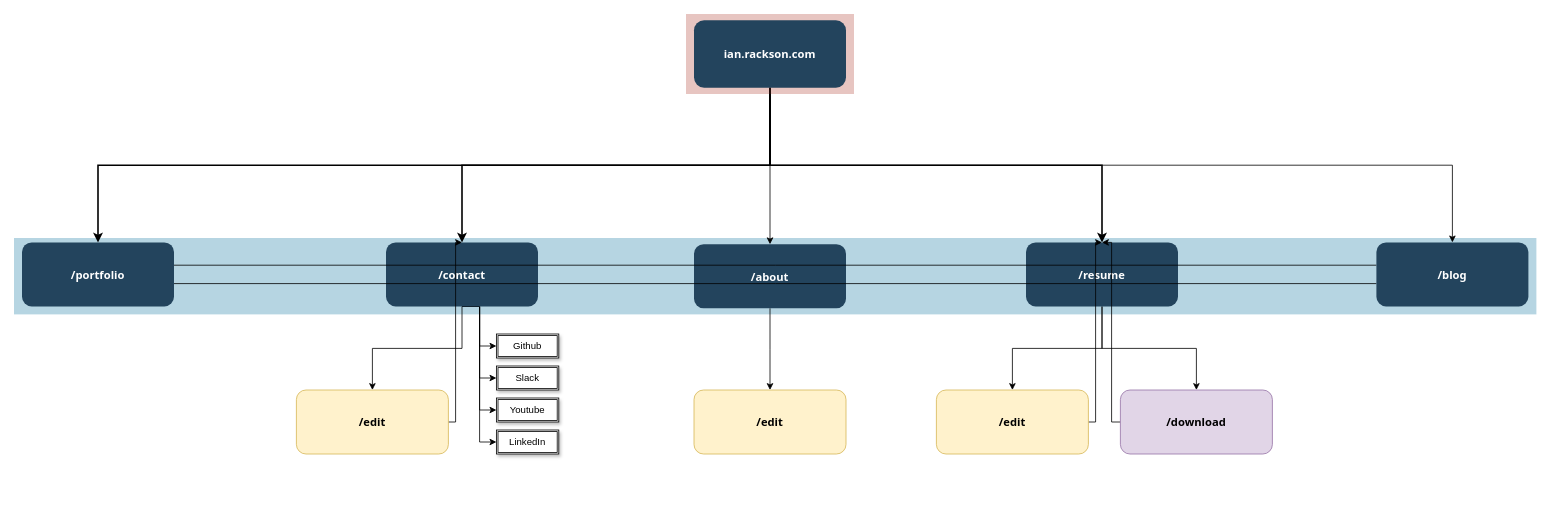
Before: agile/Sitemap-v1.drawio in irackson/PersonalBackend, a draw.io diagram. Source tidied: cells renumbered, new cells numbered last; positions are measured from the earlier drawing's top-left corner, leaving out a move shared by most shapes. Both pictures are drawn from the tidied source at 80%, with x=0, y=0 at pixel (14, 14).
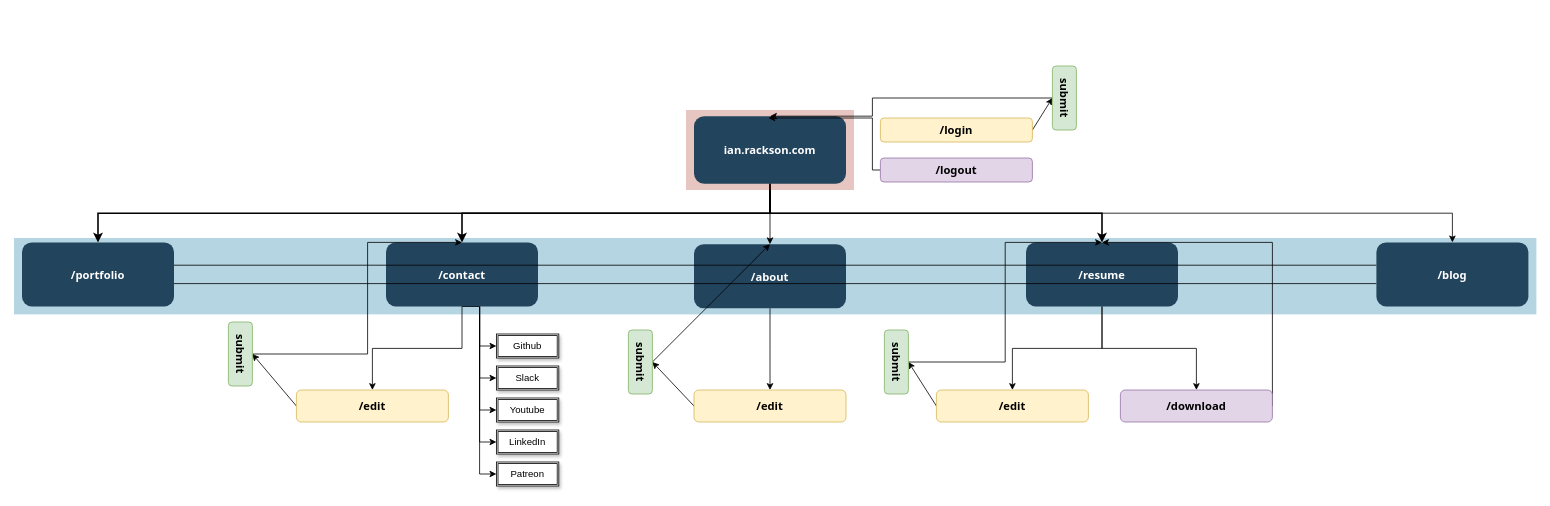
The same page after the edit.

Unchanged cells that the change refers to:
```xml
<mxCell id="6" value="/resume" style="rounded=1;fillColor=#23445D;gradientColor=none;strokeColor=none;fontColor=#FFFFFF;fontStyle=1;fontFamily=Tahoma;fontSize=14;" parent="1" vertex="1">
  <mxGeometry x="1265" y="285.5" width="190" height="80" as="geometry" />
</mxCell>
<mxCell id="9" value="/about" style="rounded=1;fillColor=#23445D;gradientColor=none;strokeColor=none;fontColor=#FFFFFF;fontStyle=1;fontFamily=Tahoma;fontSize=14;" parent="1" vertex="1">
  <mxGeometry x="850" y="287.8" width="190" height="80" as="geometry" />
</mxCell>
<mxCell id="15" value="/contact" style="rounded=1;fillColor=#23445D;gradientColor=none;strokeColor=none;fontColor=#FFFFFF;fontStyle=1;fontFamily=Tahoma;fontSize=14;" parent="1" vertex="1">
  <mxGeometry x="465" y="285.5" width="190" height="80" as="geometry" />
</mxCell>
<mxCell id="23" value="ian.rackson.com" style="rounded=1;fillColor=#23445D;gradientColor=none;strokeColor=none;fontColor=#FFFFFF;fontStyle=1;fontFamily=Tahoma;fontSize=14;" parent="21" vertex="1">
  <mxGeometry x="10" y="7.7" width="190" height="84.5" as="geometry" />
</mxCell>
```

What changed in the source:
```diff
@@
+    <mxCell id="37" style="edgeStyle=elbowEdgeStyle;rounded=0;jettySize=auto;html=1;exitX=0.5;exitY=1;exitDx=0;exitDy=0;entryX=0;entryY=0.5;entryDx=0;entryDy=0;" parent="1" edge="1" source="15" target="43">
+      <mxGeometry relative="1" as="geometry" />
+    </mxCell>
@@
     <mxCell id="21" style="group;" parent="1" vertex="1">
-      <mxGeometry x="840" width="210" height="100" as="geometry" />
+      <mxGeometry x="840" y="120" width="210" height="100" as="geometry" />
     </mxCell>
@@
-    <mxCell id="24" style="edgeStyle=elbowEdgeStyle;rounded=0;jettySize=auto;elbow=vertical;html=1;exitX=0.5;exitY=1;exitDx=0;exitDy=0;" parent="1" edge="1" source="23" target="9">
-      <mxGeometry relative="1" as="geometry" />
-    </mxCell>
-    <mxCell id="25" style="edgeStyle=elbowEdgeStyle;rounded=0;jettySize=auto;html=1;entryX=0.5;entryY=0;entryDx=0;entryDy=0;" parent="1" edge="1" source="26" target="6">
-      <mxGeometry relative="1" as="geometry" />
-    </mxCell>
+    <mxCell id="38" style="edgeStyle=elbowEdgeStyle;rounded=0;jettySize=auto;html=1;entryX=0.5;entryY=0;entryDx=0;entryDy=0;" parent="1" edge="1" target="6">
+      <mxGeometry relative="1" as="geometry">
+        <mxPoint x="1573" y="490" as="sourcePoint" />
+        <Array as="points">
+          <mxPoint x="1573" y="400" />
+        </Array>
+      </mxGeometry>
+    </mxCell>
     <mxCell id="26" value="/download" style="rounded=1;fillColor=#e1d5e7;strokeColor=#9673a6;fontStyle=1;fontFamily=Tahoma;fontSize=14;" parent="1" vertex="1">
-      <mxGeometry x="1383" y="470" width="190" height="80" as="geometry" />
+      <mxGeometry x="1383" y="470" width="190" height="40" as="geometry" />
     </mxCell>
-    <mxCell id="27" style="edgeStyle=elbowEdgeStyle;rounded=0;jettySize=auto;html=1;entryX=0.5;entryY=0;entryDx=0;entryDy=0;" parent="1" edge="1" source="28" target="6">
-      <mxGeometry relative="1" as="geometry" />
-    </mxCell>
+    <mxCell id="39" style="edgeStyle=none;rounded=0;jettySize=auto;html=1;entryX=0.5;entryY=0;entryDx=0;entryDy=0;exitX=0;exitY=0.5;exitDx=0;exitDy=0;" parent="1" edge="1" source="28" target="51">
+      <mxGeometry relative="1" as="geometry" />
+    </mxCell>
     <mxCell id="28" value="/edit" style="rounded=1;fillColor=#fff2cc;strokeColor=#d6b656;fontStyle=1;fontFamily=Tahoma;fontSize=14;" parent="1" vertex="1">
-      <mxGeometry x="1153" y="470" width="190" height="80" as="geometry" />
+      <mxGeometry x="1153" y="470" width="190" height="40" as="geometry" />
     </mxCell>
+    <mxCell id="40" style="edgeStyle=none;rounded=0;jettySize=auto;html=1;exitX=0;exitY=0.5;exitDx=0;exitDy=0;entryX=0.5;entryY=0;entryDx=0;entryDy=0;" parent="1" edge="1" source="29" target="49">
+      <mxGeometry relative="1" as="geometry" />
+    </mxCell>
     <mxCell id="29" value="/edit" style="rounded=1;fillColor=#fff2cc;strokeColor=#d6b656;fontStyle=1;fontFamily=Tahoma;fontSize=14;" parent="1" vertex="1">
-      <mxGeometry x="850" y="470" width="190" height="80" as="geometry" />
+      <mxGeometry x="850" y="470" width="190" height="40" as="geometry" />
     </mxCell>
-    <mxCell id="30" style="group;shadow=1;" parent="1" vertex="1">
-      <mxGeometry x="603" y="400" width="78" height="150" as="geometry" />
-    </mxCell>
+    <mxCell id="41" style="edgeStyle=none;rounded=0;jettySize=auto;html=1;exitX=0;exitY=0.5;exitDx=0;exitDy=0;entryX=0.5;entryY=0;entryDx=0;entryDy=0;" parent="1" edge="1" source="36" target="47">
+      <mxGeometry relative="1" as="geometry" />
+    </mxCell>
+    <mxCell id="36" value="/edit" style="rounded=1;fillColor=#fff2cc;strokeColor=#d6b656;fontStyle=1;fontFamily=Tahoma;fontSize=14;" parent="1" vertex="1">
+      <mxGeometry x="353" y="470" width="190" height="40" as="geometry" />
+    </mxCell>
+    <mxCell id="42" style="group;" parent="1" vertex="1">
+      <mxGeometry x="603" y="400" width="78" height="190" as="geometry" />
+    </mxCell>
+    <mxCell id="43" value="Patreon" style="shape=ext;double=1;rounded=0;whiteSpace=wrap;html=1;shadow=1;" parent="42" vertex="1">
+      <mxGeometry y="160" width="78" height="30" as="geometry" />
+    </mxCell>
-    <mxCell id="31" value="Github" style="shape=ext;double=1;rounded=0;whiteSpace=wrap;html=1;shadow=1;" parent="30" vertex="1">
+    <mxCell id="31" value="Github" style="shape=ext;double=1;rounded=0;whiteSpace=wrap;html=1;shadow=1;" parent="42" vertex="1">
       <mxGeometry width="78" height="30" as="geometry" />
     </mxCell>
-    <mxCell id="32" value="Slack" style="shape=ext;double=1;rounded=0;whiteSpace=wrap;html=1;shadow=1;" parent="30" vertex="1">
+    <mxCell id="32" value="Slack" style="shape=ext;double=1;rounded=0;whiteSpace=wrap;html=1;shadow=1;" parent="42" vertex="1">
       <mxGeometry y="40" width="78" height="30" as="geometry" />
     </mxCell>
-    <mxCell id="33" value="Youtube" style="shape=ext;double=1;rounded=0;whiteSpace=wrap;html=1;shadow=1;" parent="30" vertex="1">
+    <mxCell id="33" value="Youtube" style="shape=ext;double=1;rounded=0;whiteSpace=wrap;html=1;shadow=1;" parent="42" vertex="1">
       <mxGeometry y="80" width="78" height="30" as="geometry" />
     </mxCell>
-    <mxCell id="34" value="LinkedIn" style="shape=ext;double=1;rounded=0;whiteSpace=wrap;html=1;shadow=1;" parent="30" vertex="1">
+    <mxCell id="34" value="LinkedIn" style="shape=ext;double=1;rounded=0;whiteSpace=wrap;html=1;shadow=1;" parent="42" vertex="1">
       <mxGeometry y="120" width="78" height="30" as="geometry" />
     </mxCell>
-    <mxCell id="35" style="edgeStyle=elbowEdgeStyle;rounded=0;jettySize=auto;html=1;exitX=1;exitY=0.5;exitDx=0;exitDy=0;entryX=0.5;entryY=0;entryDx=0;entryDy=0;" parent="1" edge="1" source="36" target="15">
-      <mxGeometry relative="1" as="geometry" />
-    </mxCell>
-    <mxCell id="36" value="/edit" style="rounded=1;fillColor=#fff2cc;strokeColor=#d6b656;fontStyle=1;fontFamily=Tahoma;fontSize=14;" parent="1" vertex="1">
-      <mxGeometry x="353" y="470" width="190" height="80" as="geometry" />
-    </mxCell>
+    <mxCell id="24" style="edgeStyle=elbowEdgeStyle;rounded=0;jettySize=auto;elbow=vertical;html=1;entryX=0.5;entryY=0;entryDx=0;entryDy=0;" parent="1" edge="1" source="23" target="9">
+      <mxGeometry relative="1" as="geometry" />
+    </mxCell>
+    <mxCell id="44" style="edgeStyle=none;rounded=0;jettySize=auto;html=1;entryX=0.5;entryY=1;entryDx=0;entryDy=0;exitX=1;exitY=0.5;exitDx=0;exitDy=0;" parent="1" edge="1" source="45" target="53">
+      <mxGeometry relative="1" as="geometry" />
+    </mxCell>
+    <mxCell id="45" value="/login" style="rounded=1;fillColor=#fff2cc;strokeColor=#d6b656;fontStyle=1;fontFamily=Tahoma;fontSize=14;" parent="1" vertex="1">
+      <mxGeometry x="1083" y="130" width="190" height="30" as="geometry" />
+    </mxCell>
+    <mxCell id="46" style="edgeStyle=elbowEdgeStyle;rounded=0;jettySize=auto;html=1;entryX=0.5;entryY=0;entryDx=0;entryDy=0;" parent="1" edge="1" source="47" target="15">
+      <mxGeometry relative="1" as="geometry" />
+    </mxCell>
+    <mxCell id="47" value="submit" style="rounded=1;fillColor=#d5e8d4;strokeColor=#82b366;fontStyle=1;fontFamily=Tahoma;fontSize=14;rotation=90;" parent="1" vertex="1">
+      <mxGeometry x="243" y="410" width="80" height="30" as="geometry" />
+    </mxCell>
+    <mxCell id="48" style="rounded=0;jettySize=auto;html=1;entryX=0.5;entryY=0;entryDx=0;entryDy=0;exitX=0.5;exitY=0;exitDx=0;exitDy=0;" parent="1" edge="1" source="49" target="9">
+      <mxGeometry relative="1" as="geometry" />
+    </mxCell>
+    <mxCell id="49" value="submit" style="rounded=1;fillColor=#d5e8d4;strokeColor=#82b366;fontStyle=1;fontFamily=Tahoma;fontSize=14;rotation=90;" parent="1" vertex="1">
+      <mxGeometry x="743" y="420" width="80" height="30" as="geometry" />
+    </mxCell>
+    <mxCell id="50" style="edgeStyle=elbowEdgeStyle;rounded=0;jettySize=auto;html=1;exitX=0.5;exitY=0;exitDx=0;exitDy=0;entryX=0.5;entryY=0;entryDx=0;entryDy=0;" parent="1" edge="1" source="51" target="6">
+      <mxGeometry relative="1" as="geometry" />
+    </mxCell>
+    <mxCell id="51" value="submit" style="rounded=1;fillColor=#d5e8d4;strokeColor=#82b366;fontStyle=1;fontFamily=Tahoma;fontSize=14;rotation=90;" parent="1" vertex="1">
+      <mxGeometry x="1063" y="420" width="80" height="30" as="geometry" />
+    </mxCell>
+    <mxCell id="52" style="edgeStyle=elbowEdgeStyle;rounded=0;jettySize=auto;html=1;entryX=0.5;entryY=0;entryDx=0;entryDy=0;" parent="1" edge="1" source="53" target="23">
+      <mxGeometry relative="1" as="geometry">
+        <Array as="points">
+          <mxPoint x="1073" y="105" />
+          <mxPoint x="1043" y="105" />
+          <mxPoint x="1063" y="105" />
+        </Array>
+      </mxGeometry>
+    </mxCell>
+    <mxCell id="53" value="submit" style="rounded=1;fillColor=#d5e8d4;strokeColor=#82b366;fontStyle=1;fontFamily=Tahoma;fontSize=14;rotation=90;" parent="1" vertex="1">
+      <mxGeometry x="1273" y="90" width="80" height="30" as="geometry" />
+    </mxCell>
+    <mxCell id="54" style="edgeStyle=elbowEdgeStyle;rounded=0;jettySize=auto;html=1;" parent="1" edge="1" source="55">
+      <mxGeometry relative="1" as="geometry">
+        <mxPoint x="943" y="130" as="targetPoint" />
+        <Array as="points">
+          <mxPoint x="1073" y="160" />
+        </Array>
+      </mxGeometry>
+    </mxCell>
+    <mxCell id="55" value="/logout" style="rounded=1;fillColor=#e1d5e7;strokeColor=#9673a6;fontStyle=1;fontFamily=Tahoma;fontSize=14;" parent="1" vertex="1">
+      <mxGeometry x="1083" y="180" width="190" height="30" as="geometry" />
+    </mxCell>
```
